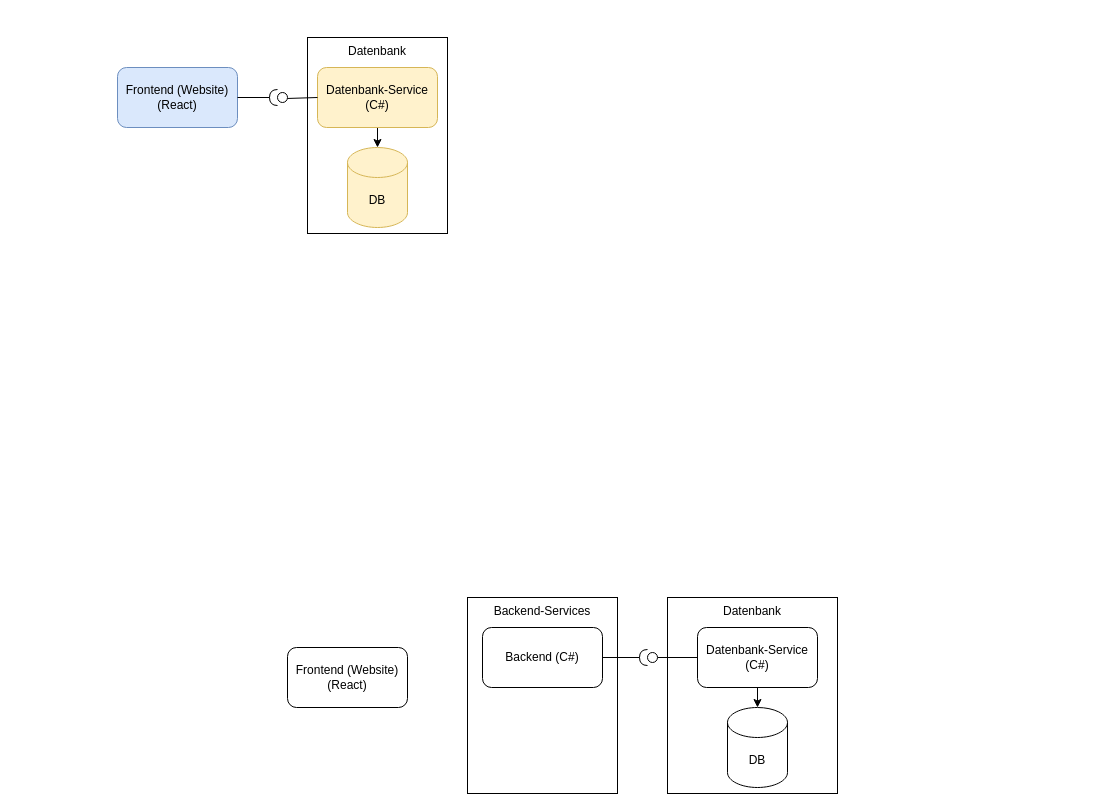
Before: page "architecture" (1 of 2) of docu/architecture_cloud.drawio in msi-cad-vw/.github, a draw.io diagram. Source tidied: cells renumbered, new cells numbered last; positions are measured from the earlier drawing's top-left corner, leaving out a move shared by most shapes. Both pictures are drawn from the tidied source at 100%, with x=0, y=0 at pixel (117, 37).
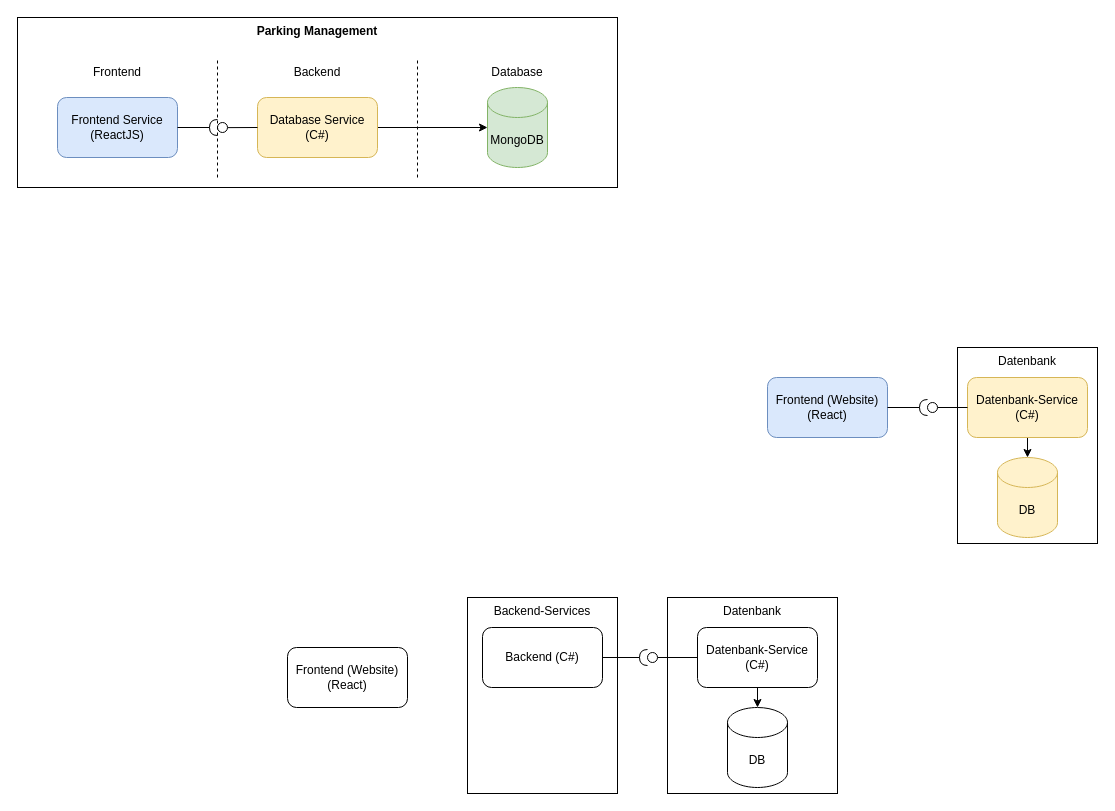
The same page after the edit.

The edit, as a diff of the source:
```diff
@@
+    <mxCell id="20" value="Parking Management" style="rounded=0;whiteSpace=wrap;html=1;verticalAlign=top;fillColor=default;fontStyle=1;" parent="1" vertex="1">
+      <mxGeometry x="-100" y="-20" width="600" height="170" as="geometry" />
+    </mxCell>
+    <mxCell id="21" style="endArrow=none;dashed=1;html=1;rounded=0;" parent="1" edge="1">
+      <mxGeometry relative="1" as="geometry">
+        <mxPoint x="300" y="140" as="sourcePoint" />
+        <mxPoint x="300" y="20" as="targetPoint" />
+      </mxGeometry>
+    </mxCell>
-    <mxCell id="2" value="Frontend (Website)&lt;br&gt;(React)" style="rounded=1;whiteSpace=wrap;html=1;fillColor=#dae8fc;strokeColor=#6c8ebf;" parent="1" vertex="1">
-      <mxGeometry y="30" width="120" height="60" as="geometry" />
+    <mxCell id="2" value="Frontend Service&lt;br&gt;(ReactJS)" style="rounded=1;whiteSpace=wrap;html=1;fillColor=#dae8fc;strokeColor=#6c8ebf;" parent="1" vertex="1">
+      <mxGeometry x="-60" y="60" width="120" height="60" as="geometry" />
     </mxCell>
-    <mxCell id="3" value="Datenbank" style="rounded=0;whiteSpace=wrap;html=1;verticalAlign=top;" parent="1" vertex="1">
-      <mxGeometry x="190" width="140" height="196" as="geometry" />
-    </mxCell>
-    <mxCell id="4" value="DB" style="shape=cylinder3;whiteSpace=wrap;html=1;boundedLbl=1;backgroundOutline=1;size=15;fillColor=#fff2cc;strokeColor=#d6b656;" parent="1" vertex="1">
-      <mxGeometry x="230" y="110" width="60" height="80" as="geometry" />
+    <mxCell id="4" value="MongoDB" style="shape=cylinder3;whiteSpace=wrap;html=1;boundedLbl=1;backgroundOutline=1;size=15;fillColor=#d5e8d4;strokeColor=#82b366;" parent="1" vertex="1">
+      <mxGeometry x="370" y="50" width="60" height="80" as="geometry" />
     </mxCell>
-    <mxCell id="5" style="edgeStyle=orthogonalEdgeStyle;rounded=0;jettySize=auto;html=1;exitX=0.5;exitY=1;exitDx=0;exitDy=0;entryX=0.5;entryY=0;entryDx=0;entryDy=0;entryPerimeter=0;" parent="1" edge="1" source="6" target="4">
+    <mxCell id="5" style="edgeStyle=orthogonalEdgeStyle;rounded=0;jettySize=auto;html=1;" parent="1" edge="1" source="6" target="4">
       <mxGeometry relative="1" as="geometry" />
     </mxCell>
-    <mxCell id="6" value="Datenbank-Service&lt;br&gt;(C#)" style="rounded=1;whiteSpace=wrap;html=1;fillColor=#fff2cc;strokeColor=#d6b656;" parent="1" vertex="1">
-      <mxGeometry x="200" y="30" width="120" height="60" as="geometry" />
+    <mxCell id="6" value="Database Service&lt;br&gt;(C#)" style="rounded=1;whiteSpace=wrap;html=1;fillColor=#fff2cc;strokeColor=#d6b656;" parent="1" vertex="1">
+      <mxGeometry x="140" y="60" width="120" height="60" as="geometry" />
     </mxCell>
@@
     <mxCell id="9" style="ellipse;whiteSpace=wrap;html=1;align=center;points=[];outlineConnect=0;sketch=0;" parent="1" vertex="1">
-      <mxGeometry x="160" y="55" width="10" height="10" as="geometry" />
+      <mxGeometry x="100" y="85" width="10" height="10" as="geometry" />
     </mxCell>
@@
+    <mxCell id="22" value="Frontend" style="text;html=1;align=center;verticalAlign=middle;whiteSpace=wrap;rounded=0;" parent="1" vertex="1">
+      <mxGeometry x="-30" y="20" width="60" height="30" as="geometry" />
+    </mxCell>
+    <mxCell id="23" value="Frontend (Website)&lt;br&gt;(React)" style="rounded=1;whiteSpace=wrap;html=1;fillColor=#dae8fc;strokeColor=#6c8ebf;" parent="1" vertex="1">
+      <mxGeometry x="650" y="340" width="120" height="60" as="geometry" />
+    </mxCell>
+    <mxCell id="3" value="Datenbank" style="rounded=0;whiteSpace=wrap;html=1;verticalAlign=top;" parent="1" vertex="1">
+      <mxGeometry x="840" y="310" width="140" height="196" as="geometry" />
+    </mxCell>
+    <mxCell id="24" value="DB" style="shape=cylinder3;whiteSpace=wrap;html=1;boundedLbl=1;backgroundOutline=1;size=15;fillColor=#fff2cc;strokeColor=#d6b656;" parent="1" vertex="1">
+      <mxGeometry x="880" y="420" width="60" height="80" as="geometry" />
+    </mxCell>
+    <mxCell id="25" style="edgeStyle=orthogonalEdgeStyle;rounded=0;jettySize=auto;html=1;exitX=0.5;exitY=1;exitDx=0;exitDy=0;entryX=0.5;entryY=0;entryDx=0;entryDy=0;entryPerimeter=0;" parent="1" edge="1" source="26" target="24">
+      <mxGeometry relative="1" as="geometry" />
+    </mxCell>
+    <mxCell id="26" value="Datenbank-Service&lt;br&gt;(C#)" style="rounded=1;whiteSpace=wrap;html=1;fillColor=#fff2cc;strokeColor=#d6b656;" parent="1" vertex="1">
+      <mxGeometry x="850" y="340" width="120" height="60" as="geometry" />
+    </mxCell>
+    <mxCell id="27" style="rounded=0;jettySize=auto;html=1;endArrow=none;endFill=0;sketch=0;sourcePerimeterSpacing=0;targetPerimeterSpacing=0;exitX=0;exitY=0.5;exitDx=0;exitDy=0;" parent="1" edge="1" source="26" target="29">
+      <mxGeometry relative="1" as="geometry" />
+    </mxCell>
+    <mxCell id="28" style="rounded=0;jettySize=auto;html=1;endArrow=halfCircle;endFill=0;endSize=6;strokeWidth=1;sketch=0;exitX=1;exitY=0.5;exitDx=0;exitDy=0;" parent="1" edge="1" source="23" target="29">
+      <mxGeometry relative="1" as="geometry" />
+    </mxCell>
+    <mxCell id="29" style="ellipse;whiteSpace=wrap;html=1;align=center;points=[];outlineConnect=0;sketch=0;" parent="1" vertex="1">
+      <mxGeometry x="810" y="365" width="10" height="10" as="geometry" />
+    </mxCell>
+    <mxCell id="30" style="endArrow=none;dashed=1;html=1;rounded=0;" parent="1" edge="1">
+      <mxGeometry relative="1" as="geometry">
+        <mxPoint x="100" y="140" as="sourcePoint" />
+        <mxPoint x="100" y="20" as="targetPoint" />
+      </mxGeometry>
+    </mxCell>
+    <mxCell id="31" value="Backend" style="text;html=1;align=center;verticalAlign=middle;whiteSpace=wrap;rounded=0;" parent="1" vertex="1">
+      <mxGeometry x="170" y="20" width="60" height="30" as="geometry" />
+    </mxCell>
+    <mxCell id="32" value="Database" style="text;html=1;align=center;verticalAlign=middle;whiteSpace=wrap;rounded=0;" parent="1" vertex="1">
+      <mxGeometry x="370" y="20" width="60" height="30" as="geometry" />
+    </mxCell>
```
